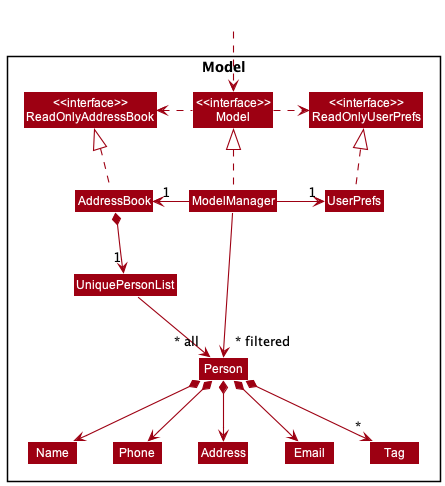
Earlier version of the PlantUML export docs/images/ModelClassDiagram.png (nus-cs2103-AY2223S1/tp). Source of this version:
```plantuml
@startuml
!include style.puml
skinparam arrowThickness 1.1
skinparam arrowColor MODEL_COLOR
skinparam classBackgroundColor MODEL_COLOR

Package Model <<Rectangle>>{
Class "<<interface>>\nReadOnlyAddressBook" as ReadOnlyAddressBook
Class "<<interface>>\nReadOnlyUserPrefs" as ReadOnlyUserPrefs
Class "<<interface>>\nModel" as Model
Class AddressBook
Class ModelManager
Class UserPrefs

Class UniquePersonList
Class Person
Class Address
Class Email
Class Name
Class Phone
Class Tag

}

Class HiddenOutside #FFFFFF
HiddenOutside ..> Model

AddressBook .up.|> ReadOnlyAddressBook

ModelManager .up.|> Model
Model .right.> ReadOnlyUserPrefs
Model .left.> ReadOnlyAddressBook
ModelManager -left-> "1" AddressBook
ModelManager -right-> "1" UserPrefs
UserPrefs .up.|> ReadOnlyUserPrefs

AddressBook *--> "1" UniquePersonList
UniquePersonList --> "~* all" Person
Person *--> Name
Person *--> Phone
Person *--> Email
Person *--> Address
Person *--> "*" Tag

Name -[hidden]right-> Phone
Phone -[hidden]right-> Address
Address -[hidden]right-> Email

ModelManager -->"~* filtered" Person
@enduml
```
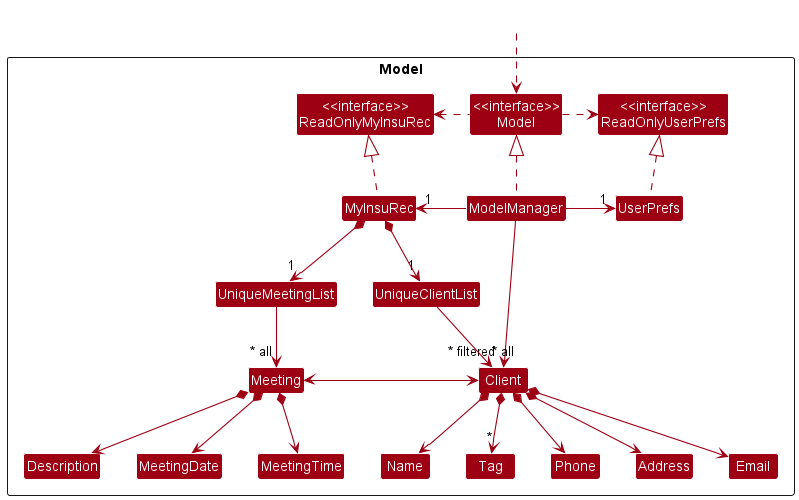
The same diagram one commit later.

Diff of the diagram source:
```diff
@@ -5,46 +5,59 @@
 skinparam classBackgroundColor MODEL_COLOR
 
 Package Model <<Rectangle>>{
-Class "<<interface>>\nReadOnlyAddressBook" as ReadOnlyAddressBook
+Class "<<interface>>\nReadOnlyMyInsuRec" as ReadOnlyMyInsuRec
 Class "<<interface>>\nReadOnlyUserPrefs" as ReadOnlyUserPrefs
 Class "<<interface>>\nModel" as Model
-Class AddressBook
+Class MyInsuRec
 Class ModelManager
 Class UserPrefs
 
-Class UniquePersonList
-Class Person
+Class UniqueClientList
+Class Client
 Class Address
 Class Email
 Class Name
 Class Phone
 Class Tag
 
+Class UniqueMeetingList
+Class Meeting
+Class Description
+Class MeetingDate
+Class MeetingTime
 }
 
 Class HiddenOutside #FFFFFF
 HiddenOutside ..> Model
 
-AddressBook .up.|> ReadOnlyAddressBook
+MyInsuRec .up.|> ReadOnlyMyInsuRec
 
 ModelManager .up.|> Model
 Model .right.> ReadOnlyUserPrefs
-Model .left.> ReadOnlyAddressBook
-ModelManager -left-> "1" AddressBook
+Model .left.> ReadOnlyMyInsuRec
+ModelManager -left-> "1" MyInsuRec
 ModelManager -right-> "1" UserPrefs
 UserPrefs .up.|> ReadOnlyUserPrefs
 
-AddressBook *--> "1" UniquePersonList
-UniquePersonList --> "~* all" Person
-Person *--> Name
-Person *--> Phone
-Person *--> Email
-Person *--> Address
-Person *--> "*" Tag
+ModelManager -->"~* filtered" Client
+
+MyInsuRec *-> "1" UniqueClientList
+UniqueClientList -> "~* all" Client
+Client *--> Name
+Client *--> Phone
+Client *--> Email
+Client *--> Address
+Client *--> "*" Tag
+
+MyInsuRec *--> "1" UniqueMeetingList
+UniqueMeetingList --> "~* all" Meeting
+Meeting *--> Description
+Meeting *--> MeetingDate
+Meeting *--> MeetingTime
+Meeting <-> Client
 
 Name -[hidden]right-> Phone
 Phone -[hidden]right-> Address
 Address -[hidden]right-> Email
 
-ModelManager -->"~* filtered" Person
 @enduml
```
